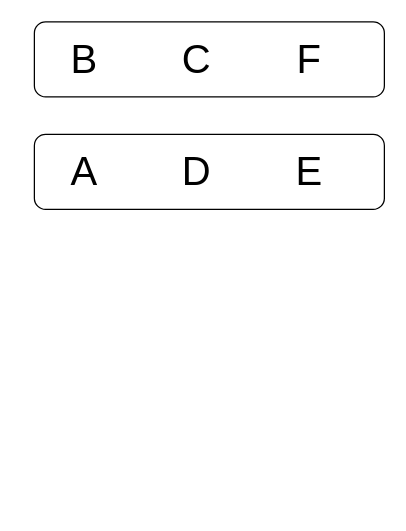
Before: merge_sorted_arrays/arrays.drawio in meshik/naive-vs-optimal, a draw.io diagram. Source tidied: cells renumbered, new cells numbered last; positions are measured from the earlier drawing's top-left corner, leaving out a move shared by most shapes. Both pictures are drawn from the tidied source at 125%, with x=0, y=0 at pixel (34, 21).
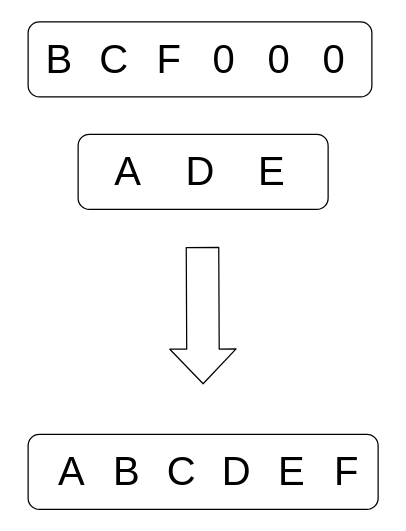
After the change.

Diff of the diagram source:
```diff
@@
+    <mxCell id="10" style="edgeStyle=none;shape=flexArrow;html=1;exitX=1;exitY=0.5;exitDx=0;exitDy=0;entryX=0.5;entryY=1;entryDx=0;entryDy=0;startArrow=none;" parent="1" edge="1" source="9" target="8">
+      <mxGeometry relative="1" as="geometry" />
+    </mxCell>
     <mxCell id="2" style="rounded=1;whiteSpace=wrap;html=1;" parent="1" vertex="1">
-      <mxGeometry width="280" height="60" as="geometry" />
+      <mxGeometry x="-5" width="275" height="60" as="geometry" />
     </mxCell>
     <mxCell id="3" style="rounded=1;whiteSpace=wrap;html=1;" parent="1" vertex="1">
-      <mxGeometry y="90" width="280" height="60" as="geometry" />
+      <mxGeometry x="35" y="90" width="200" height="60" as="geometry" />
     </mxCell>
     <mxCell id="4" value="A" style="text;strokeColor=none;align=center;fillColor=none;html=1;verticalAlign=middle;whiteSpace=wrap;rounded=0;fontSize=32;" parent="1" vertex="1">
-      <mxGeometry x="10" y="105" width="60" height="30" as="geometry" />
+      <mxGeometry x="45" y="105" width="60" height="30" as="geometry" />
     </mxCell>
     <mxCell id="5" value="D" style="text;strokeColor=none;align=center;fillColor=none;html=1;verticalAlign=middle;whiteSpace=wrap;rounded=0;fontSize=32;" parent="1" vertex="1">
-      <mxGeometry x="100" y="105" width="60" height="30" as="geometry" />
+      <mxGeometry x="103" y="105" width="60" height="30" as="geometry" />
     </mxCell>
     <mxCell id="6" value="E" style="text;strokeColor=none;align=center;fillColor=none;html=1;verticalAlign=middle;whiteSpace=wrap;rounded=0;fontSize=32;" parent="1" vertex="1">
-      <mxGeometry x="190" y="105" width="60" height="30" as="geometry" />
+      <mxGeometry x="160" y="105" width="60" height="30" as="geometry" />
     </mxCell>
     <mxCell id="7" value="B" style="text;strokeColor=none;align=center;fillColor=none;html=1;verticalAlign=middle;whiteSpace=wrap;rounded=0;fontSize=32;" parent="1" vertex="1">
-      <mxGeometry x="10" y="15" width="60" height="30" as="geometry" />
+      <mxGeometry x="-10" y="15" width="60" height="30" as="geometry" />
     </mxCell>
     <mxCell id="8" value="C" style="text;strokeColor=none;align=center;fillColor=none;html=1;verticalAlign=middle;whiteSpace=wrap;rounded=0;fontSize=32;" parent="1" vertex="1">
-      <mxGeometry x="100" y="15" width="60" height="30" as="geometry" />
+      <mxGeometry x="34" y="15" width="60" height="30" as="geometry" />
     </mxCell>
+    <mxCell id="11" style="shape=flexArrow;endArrow=classic;html=1;endWidth=26;endSize=8.91;width=26;" parent="1" edge="1">
+      <mxGeometry relative="1" as="geometry">
+        <mxPoint x="134.5" y="180" as="sourcePoint" />
+        <mxPoint x="135" y="290" as="targetPoint" />
+      </mxGeometry>
+    </mxCell>
+    <mxCell id="12" style="rounded=1;whiteSpace=wrap;html=1;" parent="1" vertex="1">
+      <mxGeometry x="-5" y="330" width="280" height="60" as="geometry" />
+    </mxCell>
+    <mxCell id="13" value="A" style="text;strokeColor=none;align=center;fillColor=none;html=1;verticalAlign=middle;whiteSpace=wrap;rounded=0;fontSize=32;" parent="1" vertex="1">
+      <mxGeometry y="345" width="60" height="30" as="geometry" />
+    </mxCell>
+    <mxCell id="14" value="B" style="text;strokeColor=none;align=center;fillColor=none;html=1;verticalAlign=middle;whiteSpace=wrap;rounded=0;fontSize=32;" parent="1" vertex="1">
+      <mxGeometry x="44" y="345" width="60" height="30" as="geometry" />
+    </mxCell>
+    <mxCell id="15" value="C" style="text;strokeColor=none;align=center;fillColor=none;html=1;verticalAlign=middle;whiteSpace=wrap;rounded=0;fontSize=32;" parent="1" vertex="1">
+      <mxGeometry x="88" y="345" width="60" height="30" as="geometry" />
+    </mxCell>
+    <mxCell id="16" value="D" style="text;strokeColor=none;align=center;fillColor=none;html=1;verticalAlign=middle;whiteSpace=wrap;rounded=0;fontSize=32;" parent="1" vertex="1">
+      <mxGeometry x="132" y="345" width="60" height="30" as="geometry" />
+    </mxCell>
+    <mxCell id="17" value="E" style="text;strokeColor=none;align=center;fillColor=none;html=1;verticalAlign=middle;whiteSpace=wrap;rounded=0;fontSize=32;" parent="1" vertex="1">
+      <mxGeometry x="176" y="345" width="60" height="30" as="geometry" />
+    </mxCell>
+    <mxCell id="18" value="F" style="text;strokeColor=none;align=center;fillColor=none;html=1;verticalAlign=middle;whiteSpace=wrap;rounded=0;fontSize=32;" parent="1" vertex="1">
+      <mxGeometry x="220" y="345" width="60" height="30" as="geometry" />
+    </mxCell>
     <mxCell id="9" value="F" style="text;strokeColor=none;align=center;fillColor=none;html=1;verticalAlign=middle;whiteSpace=wrap;rounded=0;fontSize=32;" parent="1" vertex="1">
-      <mxGeometry x="190" y="15" width="60" height="30" as="geometry" />
+      <mxGeometry x="78" y="15" width="60" height="30" as="geometry" />
     </mxCell>
+    <mxCell id="19" value="0" style="text;strokeColor=none;align=center;fillColor=none;html=1;verticalAlign=middle;whiteSpace=wrap;rounded=0;fontSize=32;" parent="1" vertex="1">
+      <mxGeometry x="122" y="15" width="60" height="30" as="geometry" />
+    </mxCell>
+    <mxCell id="20" value="0" style="text;strokeColor=none;align=center;fillColor=none;html=1;verticalAlign=middle;whiteSpace=wrap;rounded=0;fontSize=32;" parent="1" vertex="1">
+      <mxGeometry x="166" y="15" width="60" height="30" as="geometry" />
+    </mxCell>
+    <mxCell id="21" value="0" style="text;strokeColor=none;align=center;fillColor=none;html=1;verticalAlign=middle;whiteSpace=wrap;rounded=0;fontSize=32;" parent="1" vertex="1">
+      <mxGeometry x="210" y="15" width="60" height="30" as="geometry" />
+    </mxCell>
```
